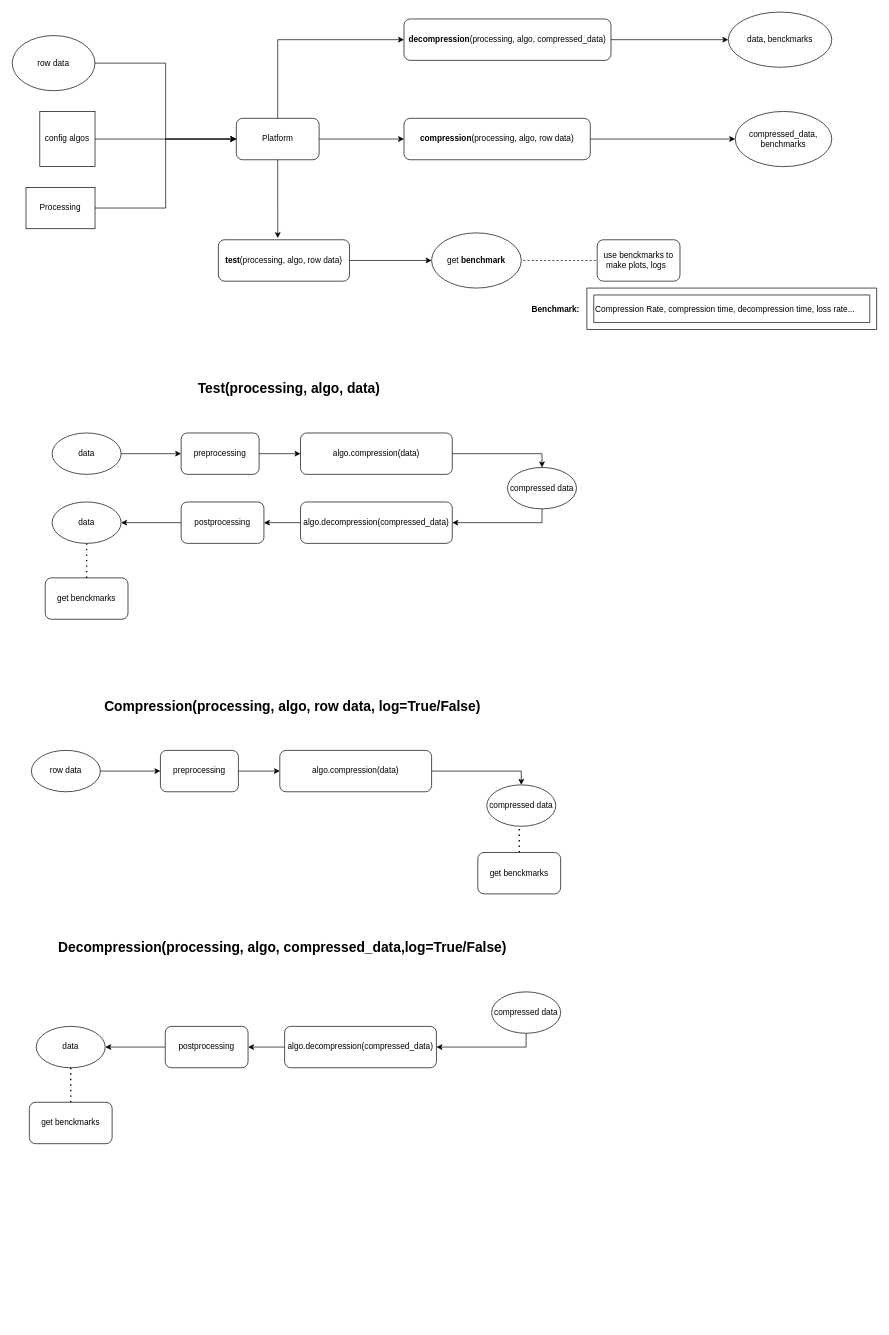
Above: docs/Platform_Graphics.drawio in BuryatyaTut/STIL_internship (draw.io), before the change. Source tidied: cells renumbered, new cells numbered last; positions are measured from the earlier drawing's top-left corner, leaving out a move shared by most shapes. Both pictures are drawn from the tidied source at 69%, with x=0, y=0 at pixel (12, 12).
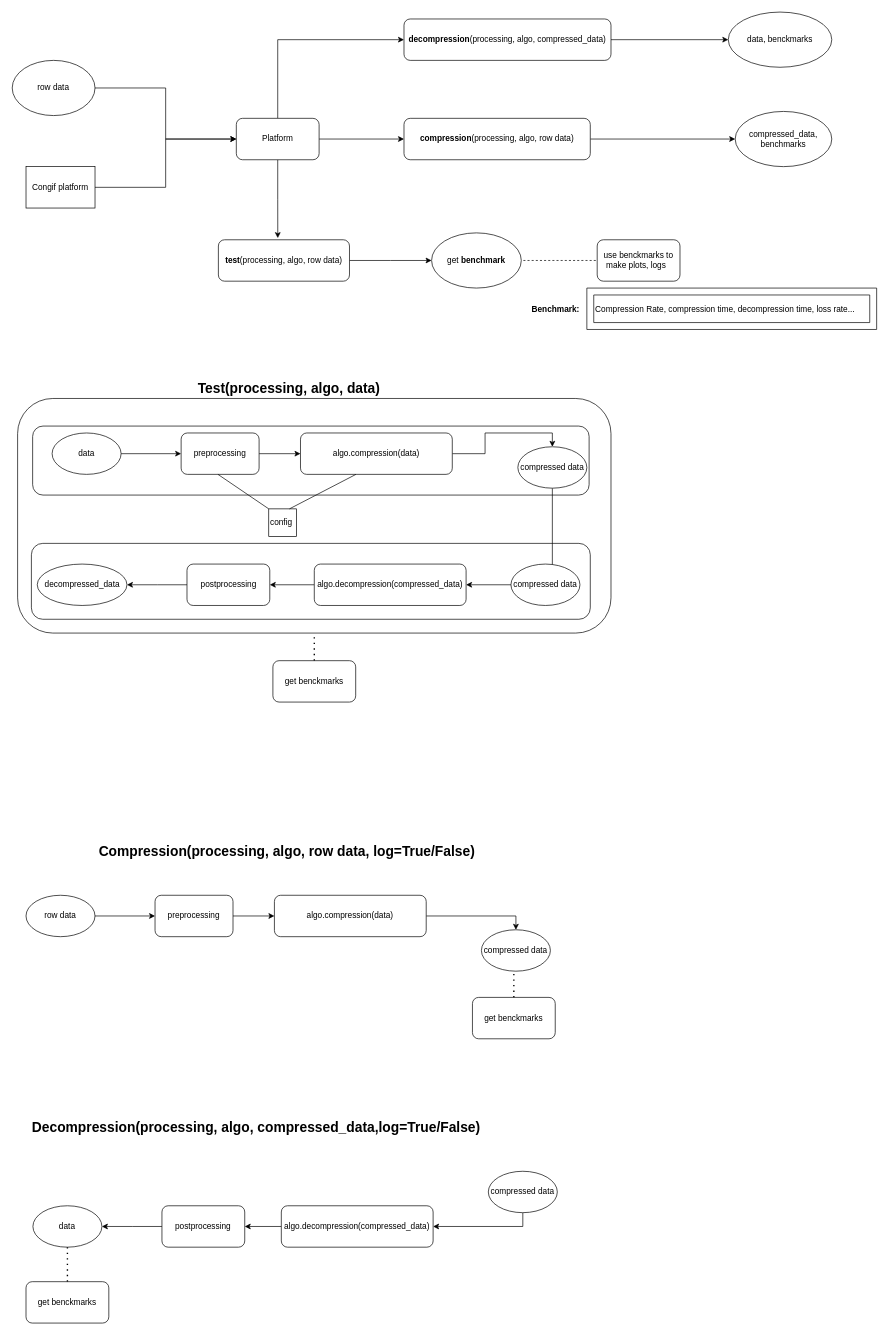
After the change.

Unchanged cells that the change refers to:
```xml
<mxCell id="5" value="Platform" style="rounded=1;whiteSpace=wrap;html=1;" parent="1" vertex="1">
  <mxGeometry x="325" y="154" width="120" height="60" as="geometry" />
</mxCell>
```

The edit, as a diff of the source:
```diff
@@
     <mxCell id="9" value="row data" style="ellipse;whiteSpace=wrap;html=1;" parent="1" vertex="1">
-      <mxGeometry x="0.2" y="34" width="120" height="80" as="geometry" />
+      <mxGeometry x="0.2" y="70" width="120" height="80" as="geometry" />
     </mxCell>
-    <mxCell id="10" style="edgeStyle=orthogonalEdgeStyle;rounded=0;jettySize=auto;html=1;exitX=1;exitY=0.5;exitDx=0;exitDy=0;entryX=0;entryY=0.5;entryDx=0;entryDy=0;" parent="1" edge="1" source="11" target="5">
-      <mxGeometry relative="1" as="geometry" />
-    </mxCell>
-    <mxCell id="11" value="config algos" style="whiteSpace=wrap;html=1;" parent="1" vertex="1">
-      <mxGeometry x="40.2" y="144" width="80" height="80" as="geometry" />
-    </mxCell>
@@
     <mxCell id="20" value="algo.decompression(compressed_data)" style="whiteSpace=wrap;html=1;rounded=1;" parent="1" vertex="1">
-      <mxGeometry x="418" y="710" width="220" height="60" as="geometry" />
+      <mxGeometry x="438" y="800" width="220" height="60" as="geometry" />
     </mxCell>
@@
     <mxCell id="25" style="edgeStyle=orthogonalEdgeStyle;rounded=0;jettySize=auto;html=1;" parent="1" edge="1" source="26">
       <mxGeometry relative="1" as="geometry">
-        <mxPoint x="158" y="740" as="targetPoint" />
+        <mxPoint x="166.5" y="830" as="targetPoint" />
       </mxGeometry>
     </mxCell>
     <mxCell id="26" value="postprocessing" style="rounded=1;whiteSpace=wrap;html=1;" parent="1" vertex="1">
-      <mxGeometry x="245" y="710" width="120" height="60" as="geometry" />
+      <mxGeometry x="253.5" y="800" width="120" height="60" as="geometry" />
     </mxCell>
-    <mxCell id="27" value="data" style="ellipse;whiteSpace=wrap;html=1;" parent="1" vertex="1">
-      <mxGeometry x="58" y="710" width="100" height="60" as="geometry" />
+    <mxCell id="27" value="decompressed_data" style="ellipse;whiteSpace=wrap;html=1;" parent="1" vertex="1">
+      <mxGeometry x="36.5" y="800" width="130" height="60" as="geometry" />
     </mxCell>
@@
     <mxCell id="29" value="compressed data" style="ellipse;whiteSpace=wrap;html=1;" parent="1" vertex="1">
-      <mxGeometry x="718" y="660" width="100" height="60" as="geometry" />
+      <mxGeometry x="733" y="630" width="100" height="60" as="geometry" />
     </mxCell>
@@
-    <mxCell id="31" style="endArrow=none;dashed=1;html=1;dashPattern=1 3;strokeWidth=2;rounded=0;entryX=0.5;entryY=1;entryDx=0;entryDy=0;exitX=0.5;exitY=0;exitDx=0;exitDy=0;" parent="1" edge="1" source="32" target="27">
+    <mxCell id="31" style="endArrow=none;dashed=1;html=1;dashPattern=1 3;strokeWidth=2;rounded=0;entryX=0.5;entryY=1;entryDx=0;entryDy=0;exitX=0.5;exitY=0;exitDx=0;exitDy=0;" parent="1" edge="1" source="32" target="62">
       <mxGeometry relative="1" as="geometry" />
     </mxCell>
     <mxCell id="32" value="get benckmarks" style="rounded=1;whiteSpace=wrap;html=1;" parent="1" vertex="1">
-      <mxGeometry x="48" y="820" width="120" height="60" as="geometry" />
+      <mxGeometry x="378" y="940" width="120" height="60" as="geometry" />
     </mxCell>
@@
-    <mxCell id="34" value="Processing" style="rounded=0;whiteSpace=wrap;html=1;" parent="1" vertex="1">
-      <mxGeometry x="20.2" y="254" width="100" height="60" as="geometry" />
+    <mxCell id="34" value="Congif platform" style="rounded=0;whiteSpace=wrap;html=1;" parent="1" vertex="1">
+      <mxGeometry x="20.2" y="224" width="100" height="60" as="geometry" />
     </mxCell>
@@
     <mxCell id="40" value="algo.compression(data)" style="rounded=1;whiteSpace=wrap;html=1;" parent="1" vertex="1">
-      <mxGeometry x="388" y="1070" width="220" height="60" as="geometry" />
+      <mxGeometry x="380.2" y="1280" width="220" height="60" as="geometry" />
     </mxCell>
@@
     <mxCell id="42" value="row data" style="ellipse;whiteSpace=wrap;html=1;" parent="1" vertex="1">
-      <mxGeometry x="28" y="1070" width="100" height="60" as="geometry" />
+      <mxGeometry x="20.2" y="1280" width="100" height="60" as="geometry" />
     </mxCell>
@@
     <mxCell id="44" value="preprocessing" style="rounded=1;whiteSpace=wrap;html=1;" parent="1" vertex="1">
-      <mxGeometry x="215" y="1070" width="113" height="60" as="geometry" />
+      <mxGeometry x="207.2" y="1280" width="113" height="60" as="geometry" />
     </mxCell>
     <mxCell id="45" value="compressed data" style="ellipse;whiteSpace=wrap;html=1;" parent="1" vertex="1">
-      <mxGeometry x="688" y="1120" width="100" height="60" as="geometry" />
+      <mxGeometry x="680.2" y="1330" width="100" height="60" as="geometry" />
     </mxCell>
     <mxCell id="46" value="&lt;b&gt;&lt;font style=&quot;font-size: 20px;&quot;&gt;Compression(processing, algo, row data, log=True/False)&lt;/font&gt;&lt;/b&gt;" style="text;html=1;strokeColor=none;fillColor=none;align=center;verticalAlign=middle;whiteSpace=wrap;rounded=0;" parent="1" vertex="1">
-      <mxGeometry x="115" y="970" width="583" height="70" as="geometry" />
+      <mxGeometry x="107.2" y="1180" width="583" height="70" as="geometry" />
     </mxCell>
@@
     <mxCell id="48" value="algo.decompression(compressed_data)" style="whiteSpace=wrap;html=1;rounded=1;" parent="1" vertex="1">
-      <mxGeometry x="395" y="1470" width="220" height="60" as="geometry" />
+      <mxGeometry x="390.2" y="1730" width="220" height="60" as="geometry" />
     </mxCell>
     <mxCell id="49" style="edgeStyle=orthogonalEdgeStyle;rounded=0;jettySize=auto;html=1;" parent="1" edge="1" source="50">
       <mxGeometry relative="1" as="geometry">
-        <mxPoint x="135" y="1500" as="targetPoint" />
+        <mxPoint x="130.2" y="1760" as="targetPoint" />
       </mxGeometry>
     </mxCell>
     <mxCell id="50" value="postprocessing" style="rounded=1;whiteSpace=wrap;html=1;" parent="1" vertex="1">
-      <mxGeometry x="222" y="1470" width="120" height="60" as="geometry" />
+      <mxGeometry x="217.2" y="1730" width="120" height="60" as="geometry" />
     </mxCell>
     <mxCell id="51" value="data" style="ellipse;whiteSpace=wrap;html=1;" parent="1" vertex="1">
-      <mxGeometry x="35" y="1470" width="100" height="60" as="geometry" />
+      <mxGeometry x="30.2" y="1730" width="100" height="60" as="geometry" />
     </mxCell>
@@
     <mxCell id="53" value="compressed data" style="ellipse;whiteSpace=wrap;html=1;" parent="1" vertex="1">
-      <mxGeometry x="695" y="1420" width="100" height="60" as="geometry" />
+      <mxGeometry x="690.2" y="1680" width="100" height="60" as="geometry" />
     </mxCell>
     <mxCell id="54" value="&lt;b&gt;&lt;font style=&quot;font-size: 20px;&quot;&gt;Decompression(processing, algo, compressed_data,&lt;/font&gt;&lt;/b&gt;&lt;b style=&quot;border-color: var(--border-color);&quot;&gt;&lt;font style=&quot;border-color: var(--border-color); font-size: 20px;&quot;&gt;log=True/False&lt;/font&gt;&lt;/b&gt;&lt;b&gt;&lt;font style=&quot;font-size: 20px;&quot;&gt;)&lt;/font&gt;&lt;/b&gt;" style="text;html=1;strokeColor=none;fillColor=none;align=center;verticalAlign=middle;whiteSpace=wrap;rounded=0;" parent="1" vertex="1">
-      <mxGeometry x="58" y="1320" width="668" height="70" as="geometry" />
+      <mxGeometry x="20.2" y="1580" width="668" height="70" as="geometry" />
     </mxCell>
@@
     <mxCell id="57" style="endArrow=none;dashed=1;html=1;dashPattern=1 3;strokeWidth=2;rounded=0;entryX=0.5;entryY=1;entryDx=0;entryDy=0;exitX=0.5;exitY=0;exitDx=0;exitDy=0;" parent="1" edge="1" source="58">
       <mxGeometry relative="1" as="geometry">
-        <mxPoint x="735" y="1180" as="targetPoint" />
+        <mxPoint x="727.2" y="1390" as="targetPoint" />
       </mxGeometry>
     </mxCell>
     <mxCell id="58" value="get benckmarks" style="rounded=1;whiteSpace=wrap;html=1;" parent="1" vertex="1">
-      <mxGeometry x="675" y="1218" width="120" height="60" as="geometry" />
+      <mxGeometry x="667.2" y="1428" width="120" height="60" as="geometry" />
     </mxCell>
     <mxCell id="59" style="endArrow=none;dashed=1;html=1;dashPattern=1 3;strokeWidth=2;rounded=0;entryX=0.5;entryY=1;entryDx=0;entryDy=0;exitX=0.5;exitY=0;exitDx=0;exitDy=0;" parent="1" edge="1" source="60">
       <mxGeometry relative="1" as="geometry">
-        <mxPoint x="85" y="1530" as="targetPoint" />
+        <mxPoint x="80.2" y="1790" as="targetPoint" />
       </mxGeometry>
     </mxCell>
     <mxCell id="60" value="get benckmarks" style="rounded=1;whiteSpace=wrap;html=1;" parent="1" vertex="1">
-      <mxGeometry x="25" y="1580" width="120" height="60" as="geometry" />
+      <mxGeometry x="20.2" y="1840" width="120" height="60" as="geometry" />
     </mxCell>
@@
+    <mxCell id="62" style="rounded=1;whiteSpace=wrap;html=1;fillColor=none;" parent="1" vertex="1">
+      <mxGeometry x="8" y="560" width="860" height="340" as="geometry" />
+    </mxCell>
+    <mxCell id="63" style="rounded=1;whiteSpace=wrap;html=1;fillColor=none;" parent="1" vertex="1">
+      <mxGeometry x="29.8" y="600" width="806.5" height="100" as="geometry" />
+    </mxCell>
+    <mxCell id="64" style="rounded=1;whiteSpace=wrap;html=1;fillColor=none;" parent="1" vertex="1">
+      <mxGeometry x="28" y="770" width="810" height="110" as="geometry" />
+    </mxCell>
+    <mxCell id="65" value="compressed data" style="ellipse;whiteSpace=wrap;html=1;" parent="1" vertex="1">
+      <mxGeometry x="723" y="800" width="100" height="60" as="geometry" />
+    </mxCell>
+    <mxCell id="66" value="config&amp;nbsp;" style="whiteSpace=wrap;html=1;" parent="1" vertex="1">
+      <mxGeometry x="372" y="720" width="40" height="40" as="geometry" />
+    </mxCell>
+    <mxCell id="67" style="endArrow=none;html=1;rounded=0;exitX=0;exitY=0;exitDx=0;exitDy=0;entryX=0.333;entryY=0.7;entryDx=0;entryDy=0;entryPerimeter=0;" parent="1" edge="1" source="66" target="63">
+      <mxGeometry relative="1" as="geometry" />
+    </mxCell>
+    <mxCell id="68" style="endArrow=none;html=1;rounded=0;exitX=0.75;exitY=0;exitDx=0;exitDy=0;entryX=0.581;entryY=0.7;entryDx=0;entryDy=0;entryPerimeter=0;" parent="1" edge="1" source="66" target="63">
+      <mxGeometry relative="1" as="geometry" />
+    </mxCell>
```
